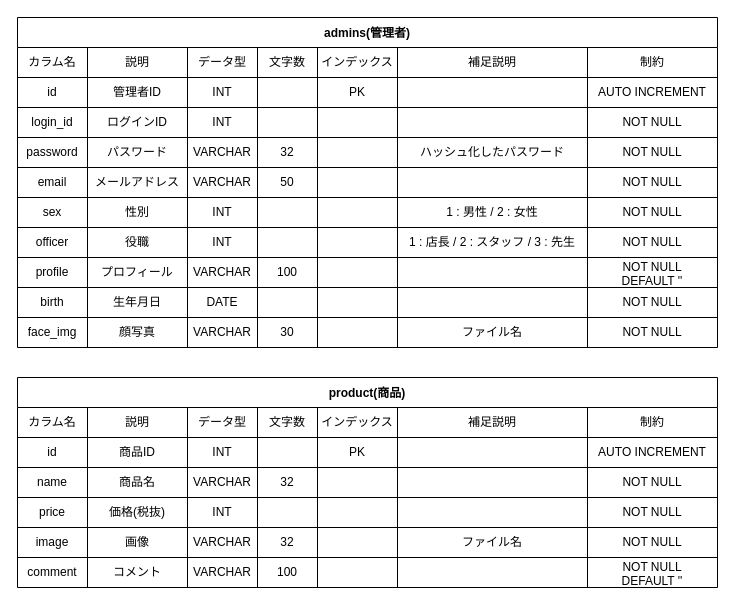
This is page "管理" (1 of 2) of docs/tables.drawio from YasukoPooh/DogService, a draw.io file, before an edit. Source tidied: cells renumbered, new cells numbered last; positions are measured from the earlier drawing's top-left corner, leaving out a move shared by most shapes. Both pictures are drawn from the tidied source at 100%, with x=0, y=0 at pixel (17, 17).
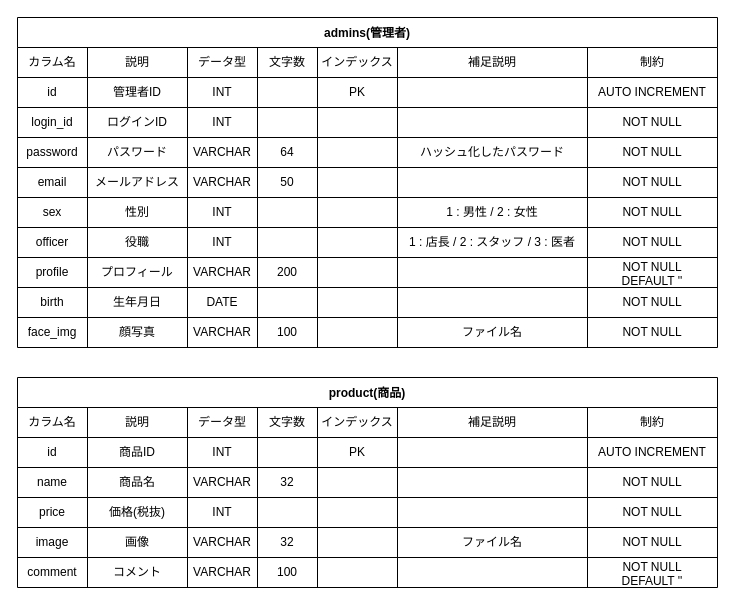
Above is the later version.

The change refers to these unchanged cells:
```xml
<mxCell id="27" style="shape=partialRectangle;html=1;whiteSpace=wrap;fillColor=none;top=0;left=0;bottom=0;right=0;" parent="2" vertex="1">
  <mxGeometry y="120" width="700" height="30" as="geometry" />
</mxCell>
<mxCell id="51" style="shape=partialRectangle;html=1;whiteSpace=wrap;fillColor=none;top=0;left=0;bottom=0;right=0;" parent="2" vertex="1">
  <mxGeometry y="210" width="700" height="30" as="geometry" />
</mxCell>
<mxCell id="59" style="shape=partialRectangle;html=1;whiteSpace=wrap;fillColor=none;top=0;left=0;bottom=0;right=0;" parent="2" vertex="1">
  <mxGeometry y="240" width="700" height="30" as="geometry" />
</mxCell>
<mxCell id="75" style="shape=partialRectangle;html=1;whiteSpace=wrap;fillColor=none;top=0;left=0;bottom=0;right=0;" parent="2" vertex="1">
  <mxGeometry y="300" width="700" height="30" as="geometry" />
</mxCell>
```

Diff of the diagram source:
```diff
@@
-    <mxCell id="31" value="32" style="shape=partialRectangle;html=1;whiteSpace=wrap;fillColor=none;top=0;left=0;bottom=0;right=0;overflow=hidden;" parent="27" vertex="1">
+    <mxCell id="31" value="64" style="shape=partialRectangle;html=1;whiteSpace=wrap;fillColor=none;top=0;left=0;bottom=0;right=0;overflow=hidden;" parent="27" vertex="1">
       <mxGeometry x="240" width="60" height="30" as="geometry" />
     </mxCell>
@@
-    <mxCell id="57" value="1 : 店長 / 2 : スタッフ / 3 : 先生" style="shape=partialRectangle;html=1;whiteSpace=wrap;fillColor=none;top=0;left=0;bottom=0;right=0;overflow=hidden;" parent="51" vertex="1">
+    <mxCell id="57" value="1 : 店長 / 2 : スタッフ / 3 : 医者" style="shape=partialRectangle;html=1;whiteSpace=wrap;fillColor=none;top=0;left=0;bottom=0;right=0;overflow=hidden;" parent="51" vertex="1">
       <mxGeometry x="380" width="190" height="30" as="geometry" />
     </mxCell>
@@
-    <mxCell id="63" value="100" style="shape=partialRectangle;html=1;whiteSpace=wrap;fillColor=none;top=0;left=0;bottom=0;right=0;overflow=hidden;" parent="59" vertex="1">
+    <mxCell id="63" value="200" style="shape=partialRectangle;html=1;whiteSpace=wrap;fillColor=none;top=0;left=0;bottom=0;right=0;overflow=hidden;" parent="59" vertex="1">
       <mxGeometry x="240" width="60" height="30" as="geometry" />
     </mxCell>
@@
-    <mxCell id="79" value="30" style="shape=partialRectangle;html=1;whiteSpace=wrap;fillColor=none;top=0;left=0;bottom=0;right=0;overflow=hidden;" parent="75" vertex="1">
+    <mxCell id="79" value="100" style="shape=partialRectangle;html=1;whiteSpace=wrap;fillColor=none;top=0;left=0;bottom=0;right=0;overflow=hidden;" parent="75" vertex="1">
       <mxGeometry x="240" width="60" height="30" as="geometry" />
     </mxCell>
```
